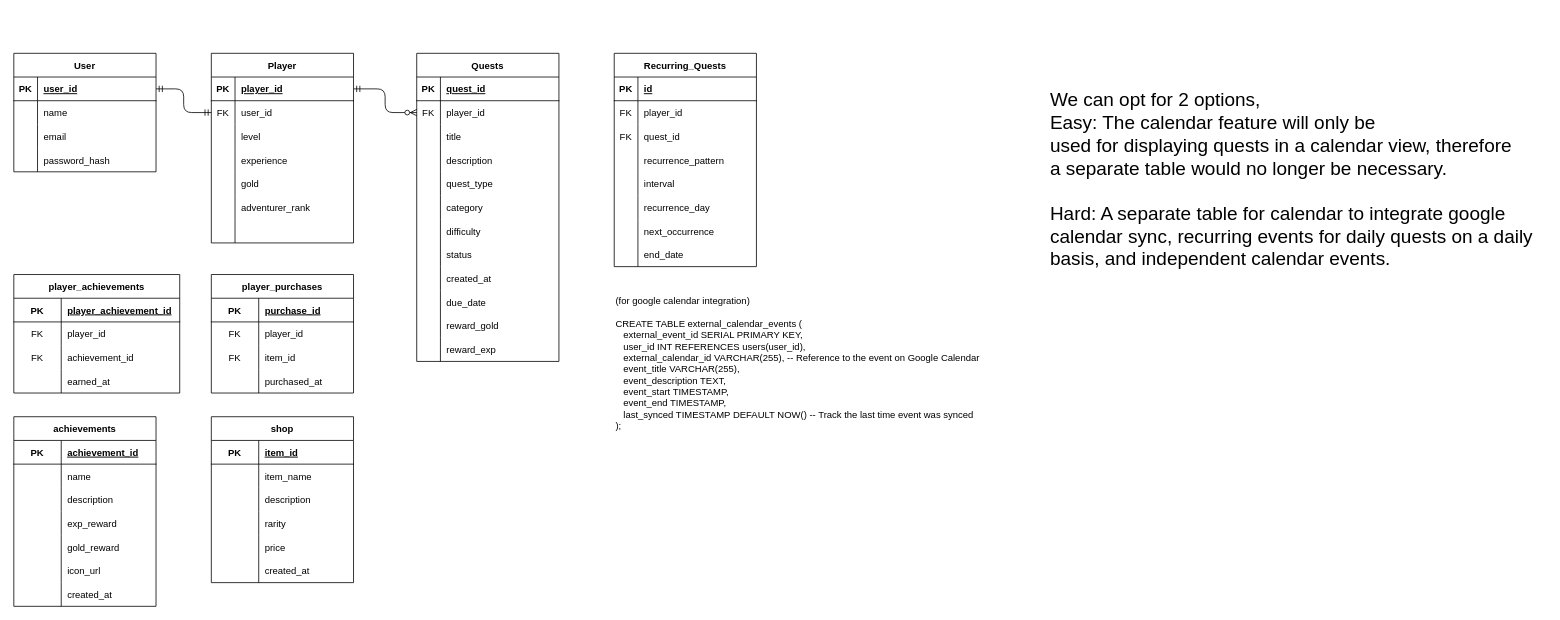
Earlier version of the draw.io diagram backend/schema.drawio (LowisWano/Atlas). Source tidied: cells renumbered, new cells numbered last; positions are measured from the earlier drawing's top-left corner, leaving out a move shared by most shapes. Both pictures are drawn from the tidied source at 79%, with x=0, y=0 at pixel (13, 13).
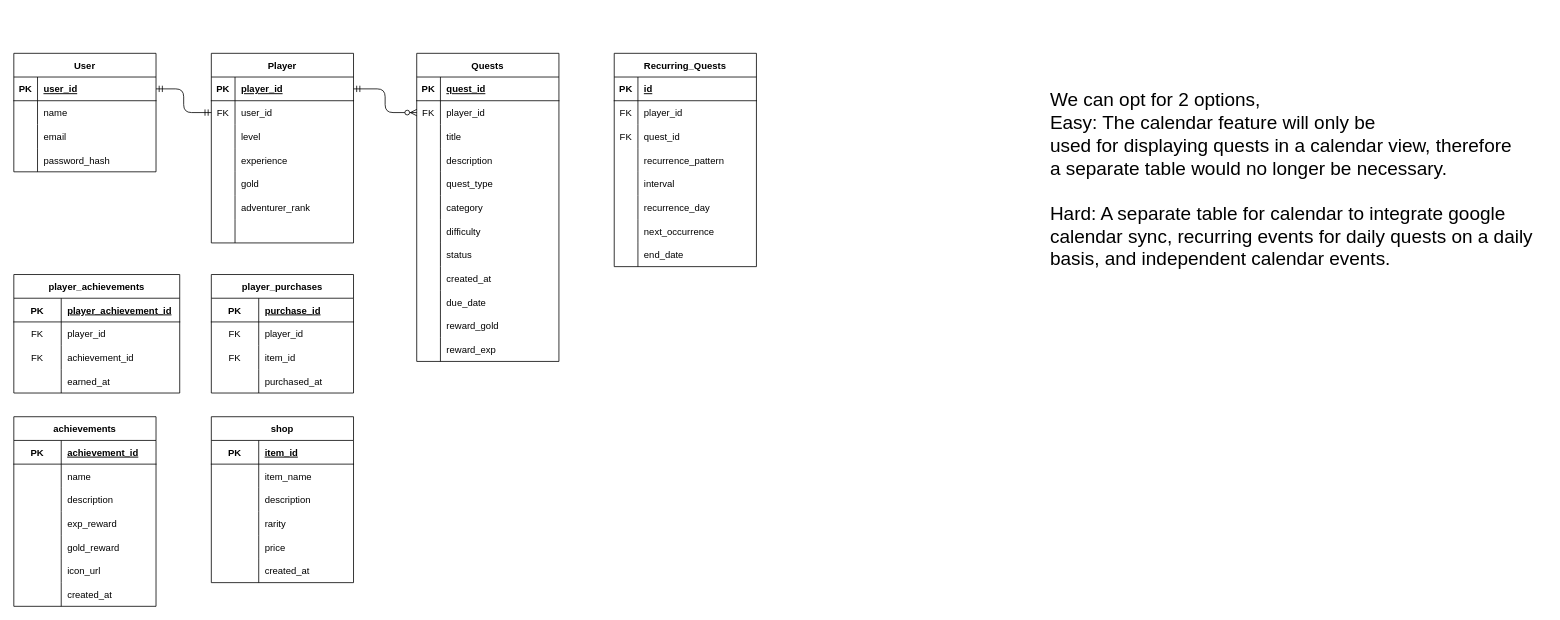
The same diagram, later.

Change to the diagram source:
```diff
@@
-    <mxCell id="121" value="&lt;div style=&quot;font-size: 12px;&quot;&gt;&lt;font style=&quot;font-size: 12px;&quot;&gt;(for google calendar integration)&lt;/font&gt;&lt;/div&gt;&lt;div style=&quot;font-size: 12px;&quot;&gt;&lt;font style=&quot;font-size: 12px;&quot;&gt;&lt;br&gt;&lt;/font&gt;&lt;/div&gt;&lt;div style=&quot;font-size: 12px;&quot;&gt;&lt;font style=&quot;font-size: 12px;&quot;&gt;CREATE TABLE external_calendar_events (&lt;/font&gt;&lt;/div&gt;&lt;div style=&quot;font-size: 12px;&quot;&gt;&lt;font style=&quot;font-size: 12px;&quot;&gt;&amp;nbsp; &amp;nbsp;external_event_id SERIAL PRIMARY KEY,&lt;/font&gt;&lt;/div&gt;&lt;div style=&quot;font-size: 12px;&quot;&gt;&lt;font style=&quot;font-size: 12px;&quot;&gt;&amp;nbsp; &amp;nbsp;user_id INT REFERENCES users(user_id),&lt;/font&gt;&lt;/div&gt;&lt;div style=&quot;font-size: 12px;&quot;&gt;&lt;font style=&quot;font-size: 12px;&quot;&gt;&amp;nbsp; &amp;nbsp;external_calendar_id VARCHAR(255), -- Reference to the event on Google Calendar&lt;/font&gt;&lt;/div&gt;&lt;div style=&quot;font-size: 12px;&quot;&gt;&lt;font style=&quot;font-size: 12px;&quot;&gt;&amp;nbsp; &amp;nbsp;event_title VARCHAR(255),&lt;/font&gt;&lt;/div&gt;&lt;div style=&quot;font-size: 12px;&quot;&gt;&lt;font style=&quot;font-size: 12px;&quot;&gt;&amp;nbsp; &amp;nbsp;event_description TEXT,&lt;/font&gt;&lt;/div&gt;&lt;div style=&quot;font-size: 12px;&quot;&gt;&lt;font style=&quot;font-size: 12px;&quot;&gt;&amp;nbsp; &amp;nbsp;event_start TIMESTAMP,&lt;/font&gt;&lt;/div&gt;&lt;div style=&quot;font-size: 12px;&quot;&gt;&lt;font style=&quot;font-size: 12px;&quot;&gt;&amp;nbsp; &amp;nbsp;event_end TIMESTAMP,&lt;/font&gt;&lt;/div&gt;&lt;div style=&quot;font-size: 12px;&quot;&gt;&lt;font style=&quot;font-size: 12px;&quot;&gt;&amp;nbsp; &amp;nbsp;last_synced TIMESTAMP DEFAULT NOW() -- Track the last time event was synced&lt;/font&gt;&lt;/div&gt;&lt;div style=&quot;font-size: 12px;&quot;&gt;&lt;font style=&quot;font-size: 12px;&quot;&gt;);&lt;/font&gt;&lt;/div&gt;&lt;div style=&quot;font-size: 12px;&quot;&gt;&lt;br&gt;&lt;/div&gt;" style="text;strokeColor=none;fillColor=none;html=1;fontSize=24;fontStyle=0;verticalAlign=middle;align=left;imageAspect=1;" parent="1" vertex="1">
-      <mxGeometry x="760" y="350" width="460" height="200" as="geometry" />
-    </mxCell>
```
